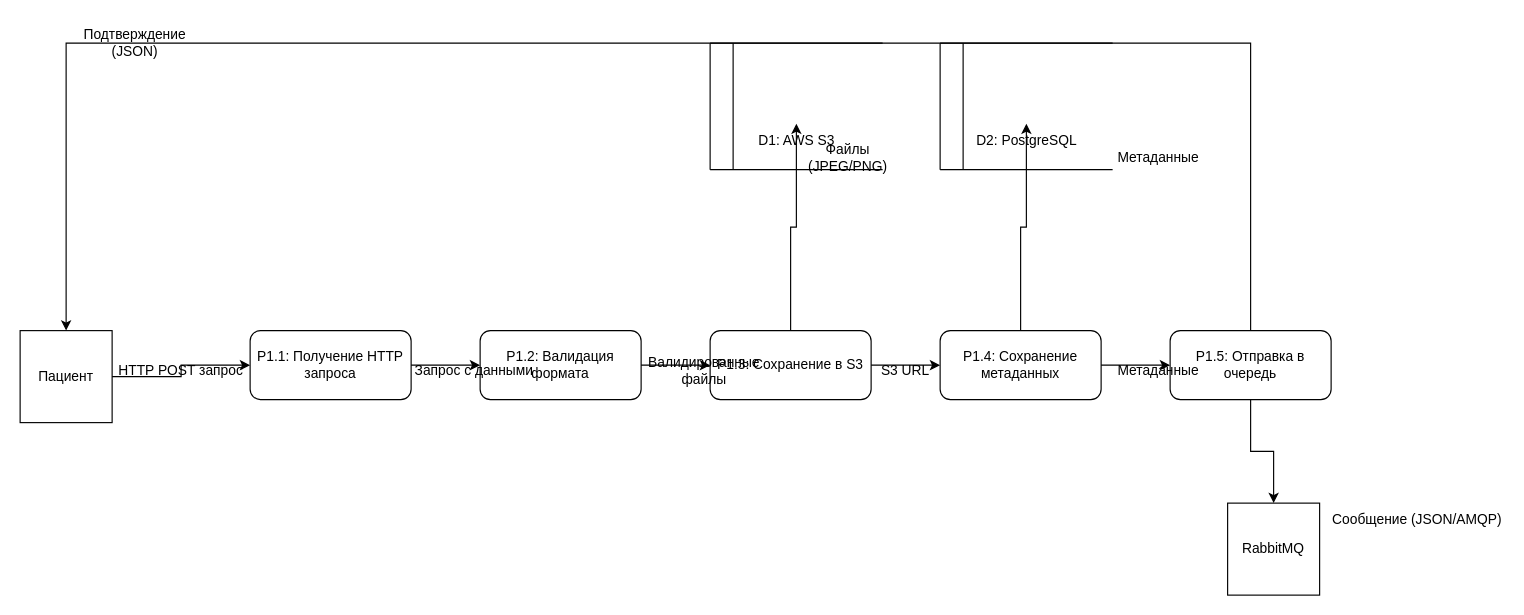
Edisheri/system-engineering-playbook keeps this draw.io diagram as diagrams-codes/DFD_P1_DECOMPOSITION.drawio. Above is the earlier version. Source tidied: cells renumbered, new cells numbered last; positions are measured from the earlier drawing's top-left corner, leaving out a move shared by most shapes. Both pictures are drawn from the tidied source at 115%, with x=0, y=0 at pixel (20, 20).
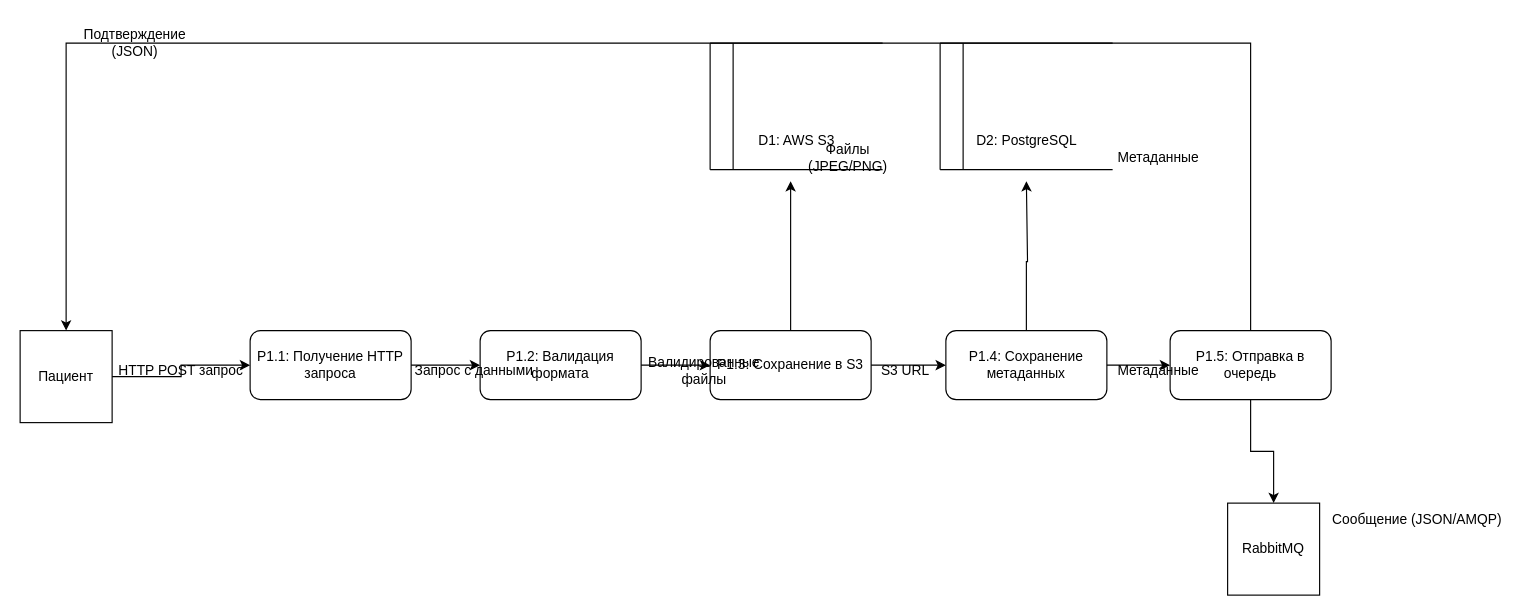
Above is the later version.

Unchanged cells that the change refers to:
```xml
<mxCell id="5" value="P1.3: Сохранение в S3" style="rounded=1;whiteSpace=wrap;html=1;" parent="1" vertex="1">
  <mxGeometry x="600" y="270" width="140" height="60" as="geometry" />
</mxCell>
<mxCell id="8" style="group;" parent="1" vertex="1">
  <mxGeometry x="600" y="20" width="150" height="70" as="geometry" />
</mxCell>
<mxCell id="14" style="group;" parent="1" vertex="1">
  <mxGeometry x="800" y="20" width="150" height="70" as="geometry" />
</mxCell>
<mxCell id="28" value="Файлы (JPEG/PNG)" style="text;html=1;align=center;verticalAlign=middle;whiteSpace=wrap;rounded=0;" parent="1" vertex="1">
  <mxGeometry x="670" y="100" width="100" height="40" as="geometry" />
</mxCell>
```

What changed in the source:
```diff
@@
     <mxCell id="6" value="P1.4: Сохранение метаданных" style="rounded=1;whiteSpace=wrap;html=1;" parent="1" vertex="1">
-      <mxGeometry x="800" y="270" width="140" height="60" as="geometry" />
+      <mxGeometry x="805" y="270" width="140" height="60" as="geometry" />
     </mxCell>
@@
-    <mxCell id="27" style="edgeStyle=orthogonalEdgeStyle;rounded=0;jettySize=auto;html=1;" parent="1" edge="1" source="5" target="8">
+    <mxCell id="27" style="edgeStyle=orthogonalEdgeStyle;rounded=0;jettySize=auto;html=1;entryX=0;entryY=1;entryDx=0;entryDy=0;" parent="1" edge="1" source="5" target="28">
       <mxGeometry relative="1" as="geometry" />
     </mxCell>
@@
-    <mxCell id="31" style="edgeStyle=orthogonalEdgeStyle;rounded=0;jettySize=auto;html=1;" parent="1" edge="1" source="6" target="14">
-      <mxGeometry relative="1" as="geometry" />
+    <mxCell id="31" style="edgeStyle=orthogonalEdgeStyle;rounded=0;jettySize=auto;html=1;" parent="1" edge="1" source="6">
+      <mxGeometry relative="1" as="geometry">
+        <mxPoint x="875" y="140" as="targetPoint" />
+        <Array as="points">
+          <mxPoint x="875" y="210" />
+          <mxPoint x="876" y="210" />
+        </Array>
+      </mxGeometry>
     </mxCell>
```
